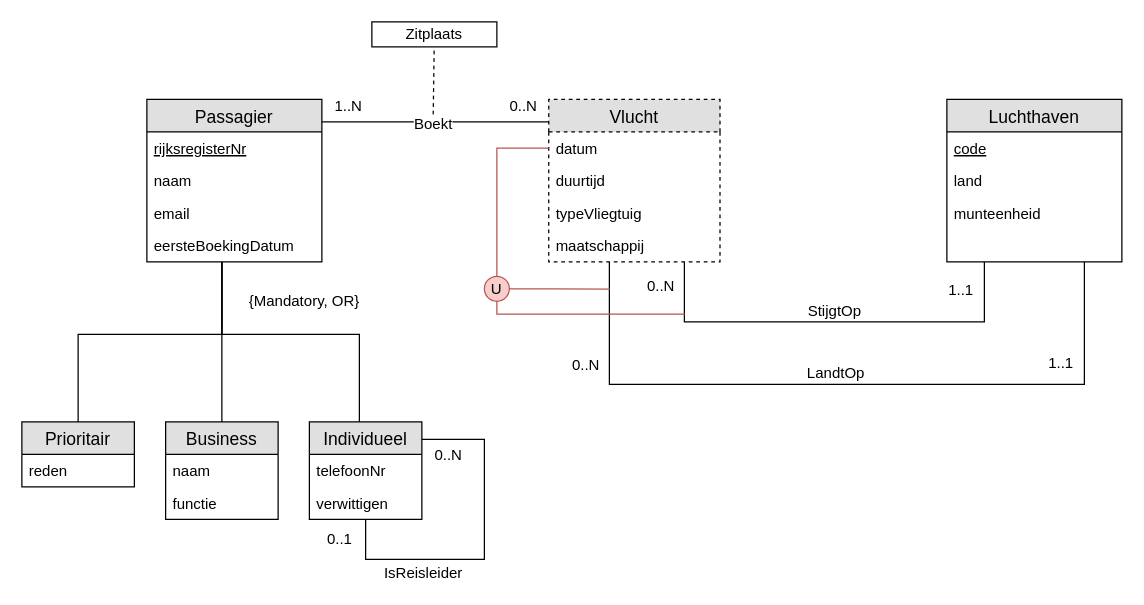
Earlier version of the draw.io diagram workshops/03-EERD/solutions/exercise-6.drawio (HOGENT-Databases/DB1-Workshops). Source tidied: cells renumbered, new cells numbered last; positions are measured from the earlier drawing's top-left corner, leaving out a move shared by most shapes. Both pictures are drawn from the tidied source at 125%, with x=0, y=0 at pixel (21, 21).
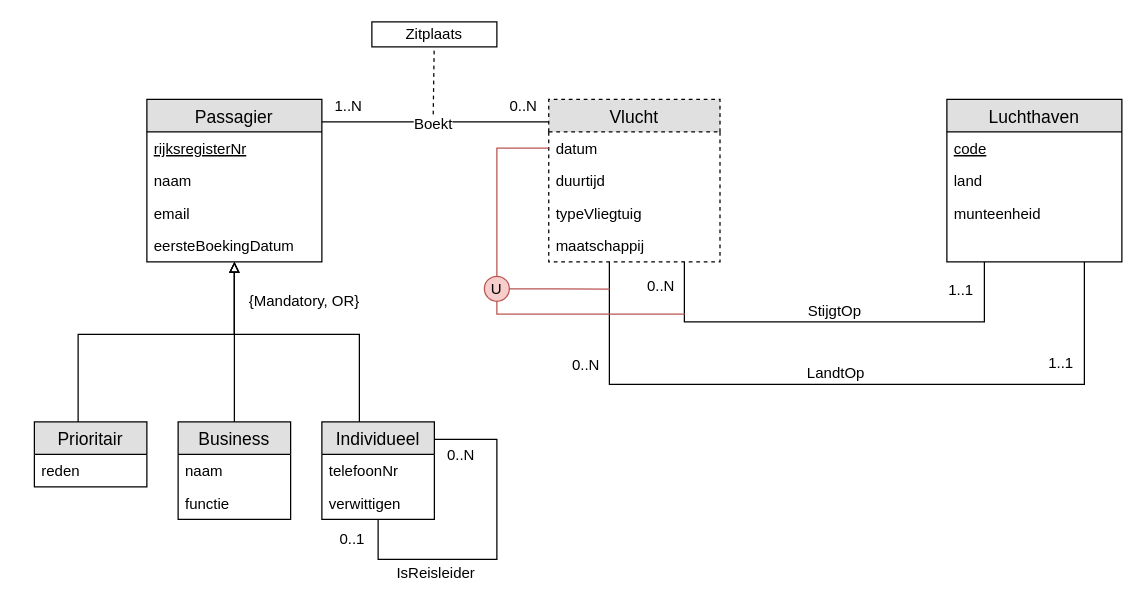
After the change.

Commit message (it also covers changes not shown here):
03 - 06 Pijl duidelijker

The change refers to these unchanged cells:
```xml
<mxCell id="18" value="Passagier" style="swimlane;fontStyle=0;horizontal=1;startSize=26;fillColor=#e0e0e0;swimlaneFillColor=#ffffff;align=center;fontSize=14;html=0;" parent="1" vertex="1">
  <mxGeometry x="100" y="62" width="140" height="130" as="geometry" />
</mxCell>
```

What changed in the source:
```diff
@@
     <mxCell id="2" value="Business" style="swimlane;fontStyle=0;horizontal=1;startSize=26;fillColor=#e0e0e0;swimlaneFillColor=#ffffff;align=center;fontSize=14;html=0;" parent="1" vertex="1">
-      <mxGeometry x="115" y="320" width="90" height="78" as="geometry" />
+      <mxGeometry x="125" y="320" width="90" height="78" as="geometry" />
     </mxCell>
@@
-    <mxCell id="5" style="endArrow=block;html=1;endFill=0;" parent="1" edge="1" source="2">
-      <mxGeometry relative="1" as="geometry">
-        <mxPoint x="160" y="182" as="targetPoint" />
-      </mxGeometry>
+    <mxCell id="5" style="endArrow=block;html=1;endFill=0;edgeStyle=orthogonalEdgeStyle;rounded=0;" parent="1" edge="1" source="2" target="18">
+      <mxGeometry relative="1" as="geometry" />
     </mxCell>
@@
     <mxCell id="7" value="Prioritair" style="swimlane;fontStyle=0;horizontal=1;startSize=26;fillColor=#e0e0e0;swimlaneFillColor=#ffffff;align=center;fontSize=14;html=0;" parent="1" vertex="1">
-      <mxGeometry y="320" width="90" height="52" as="geometry" />
+      <mxGeometry x="10" y="320" width="90" height="52" as="geometry" />
     </mxCell>
@@
-    <mxCell id="9" style="endArrow=block;html=1;endFill=0;edgeStyle=orthogonalEdgeStyle;rounded=0;" parent="1" edge="1" source="7">
+    <mxCell id="9" style="endArrow=block;html=1;endFill=0;edgeStyle=orthogonalEdgeStyle;rounded=0;" parent="1" edge="1" source="7" target="18">
       <mxGeometry relative="1" as="geometry">
-        <mxPoint x="160" y="182" as="targetPoint" />
         <Array as="points">
           <mxPoint x="45" y="250" />
-          <mxPoint x="160" y="250" />
+          <mxPoint x="170" y="250" />
         </Array>
       </mxGeometry>
     </mxCell>
     <mxCell id="10" value="Individueel" style="swimlane;fontStyle=0;horizontal=1;startSize=26;fillColor=#e0e0e0;swimlaneFillColor=#ffffff;align=center;fontSize=14;html=0;" parent="1" vertex="1">
-      <mxGeometry x="230" y="320" width="90" height="78" as="geometry" />
+      <mxGeometry x="240" y="320" width="90" height="78" as="geometry" />
     </mxCell>
@@
     <mxCell id="13" style="edgeStyle=orthogonalEdgeStyle;fontSize=12;html=1;endArrow=none;jumpSize=6;strokeWidth=1;endFill=0;rounded=0;jumpStyle=none;" parent="1" edge="1" source="10" target="10">
       <mxGeometry relative="1" as="geometry">
         <Array as="points">
-          <mxPoint x="370" y="334" />
-          <mxPoint x="370" y="430" />
-          <mxPoint x="275" y="430" />
+          <mxPoint x="380" y="334" />
+          <mxPoint x="380" y="430" />
+          <mxPoint x="285" y="430" />
         </Array>
       </mxGeometry>
     </mxCell>
@@
-    <mxCell id="16" style="endArrow=block;html=1;endFill=0;edgeStyle=orthogonalEdgeStyle;rounded=0;" parent="1" edge="1" source="10">
+    <mxCell id="16" style="endArrow=block;html=1;endFill=0;edgeStyle=orthogonalEdgeStyle;rounded=0;" parent="1" edge="1" source="10" target="18">
       <mxGeometry relative="1" as="geometry">
-        <mxPoint x="160" y="182" as="targetPoint" />
         <Array as="points">
           <mxPoint x="270" y="250" />
-          <mxPoint x="160" y="250" />
+          <mxPoint x="170" y="250" />
         </Array>
       </mxGeometry>
     </mxCell>
@@
     <mxCell id="49" value="0..1" style="text;html=1;align=center;verticalAlign=middle;labelBackgroundColor=#ffffff;" parent="1" vertex="1">
-      <mxGeometry x="230" y="400" as="geometry">
+      <mxGeometry x="240" y="400" as="geometry">
         <mxPoint x="23" y="13" as="offset" />
       </mxGeometry>
     </mxCell>
```
